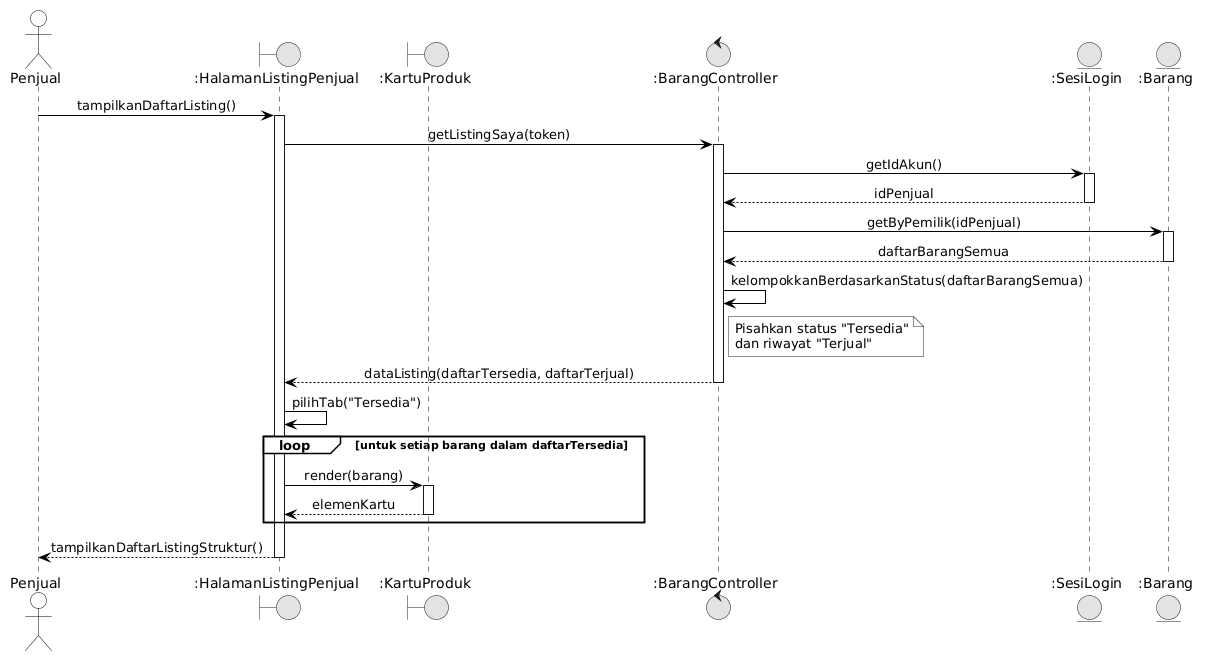
ghaniyul/IF2150-RPL-K01-G02 keeps this PlantUML diagram as docs/M7/assets/diagram/Sequence_UC08_Normal.png. Above is the earlier version. Its diagram source:
```plantuml
@startuml
skinparam monochrome true
skinparam shadowing false
skinparam defaultFontName Arial
skinparam sequenceMessageAlign center
skinparam backgroundColor #FFFFFF

skinparam participant {
    BackgroundColor #FFFFFF
    BorderColor #000000
}
skinparam actor {
    BackgroundColor #FFFFFF
    BorderColor #000000
}
skinparam sequence {
    LifeLineBackgroundColor #FFFFFF
    LifeLineBorderColor #000000
    ArrowColor #000000
    ActorBorderColor #000000
    ActorBackgroundColor #FFFFFF
    GroupBorderColor #000000
    GroupBackgroundColor #FFFFFF
}

actor "Penjual" as User
boundary ":HalamanListingPenjual" as UI
boundary ":KartuProduk" as Kartu
control ":BarangController" as Ctrl
entity ":SesiLogin" as Sesi
entity ":Barang" as Barang

User -> UI: tampilkanDaftarListing()
activate UI
UI -> Ctrl: getListingSaya(token)
activate Ctrl
Ctrl -> Sesi: getIdAkun()
activate Sesi
Sesi --> Ctrl: idPenjual
deactivate Sesi

Ctrl -> Barang: getByPemilik(idPenjual)
activate Barang
Barang --> Ctrl: daftarBarangSemua
deactivate Barang

Ctrl -> Ctrl: kelompokkanBerdasarkanStatus(daftarBarangSemua)
note right of Ctrl: Pisahkan status "Tersedia"\ndan riwayat "Terjual"
Ctrl --> UI: dataListing(daftarTersedia, daftarTerjual)
deactivate Ctrl

UI -> UI: pilihTab("Tersedia")
loop untuk setiap barang dalam daftarTersedia
  UI -> Kartu: render(barang)
  activate Kartu
  Kartu --> UI: elemenKartu
  deactivate Kartu
end
UI --> User: tampilkanDaftarListingStruktur()
deactivate UI
@enduml
```
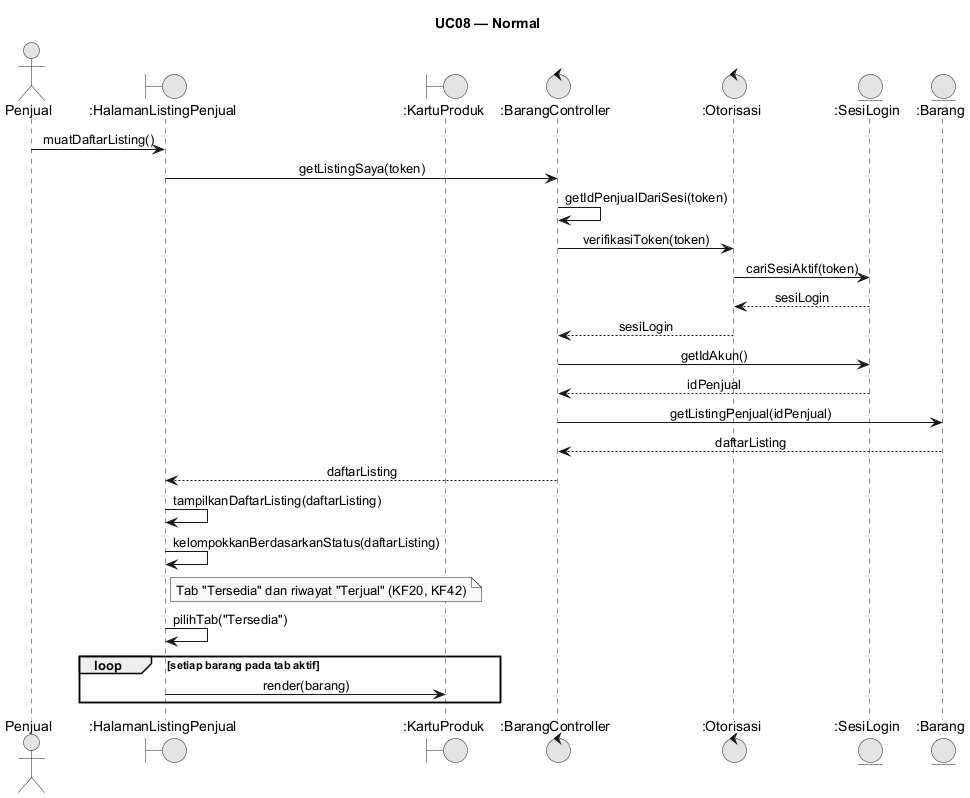
After the change.

What changed in the source:
```diff
@@ -4,58 +4,32 @@
 skinparam defaultFontName Arial
 skinparam sequenceMessageAlign center
 skinparam backgroundColor #FFFFFF
-
-skinparam participant {
-    BackgroundColor #FFFFFF
-    BorderColor #000000
-}
-skinparam actor {
-    BackgroundColor #FFFFFF
-    BorderColor #000000
-}
-skinparam sequence {
-    LifeLineBackgroundColor #FFFFFF
-    LifeLineBorderColor #000000
-    ArrowColor #000000
-    ActorBorderColor #000000
-    ActorBackgroundColor #FFFFFF
-    GroupBorderColor #000000
-    GroupBackgroundColor #FFFFFF
-}
-
+skinparam responseMessageBelowArrow true
+title UC08 — Normal
 actor "Penjual" as User
 boundary ":HalamanListingPenjual" as UI
 boundary ":KartuProduk" as Kartu
-control ":BarangController" as Ctrl
+control ":BarangController" as BC
+control ":Otorisasi" as Oto
 entity ":SesiLogin" as Sesi
 entity ":Barang" as Barang
-
-User -> UI: tampilkanDaftarListing()
-activate UI
-UI -> Ctrl: getListingSaya(token)
-activate Ctrl
-Ctrl -> Sesi: getIdAkun()
-activate Sesi
-Sesi --> Ctrl: idPenjual
-deactivate Sesi
-
-Ctrl -> Barang: getByPemilik(idPenjual)
-activate Barang
-Barang --> Ctrl: daftarBarangSemua
-deactivate Barang
-
-Ctrl -> Ctrl: kelompokkanBerdasarkanStatus(daftarBarangSemua)
-note right of Ctrl: Pisahkan status "Tersedia"\ndan riwayat "Terjual"
-Ctrl --> UI: dataListing(daftarTersedia, daftarTerjual)
-deactivate Ctrl
-
+User -> UI: muatDaftarListing()
+UI -> BC: getListingSaya(token)
+BC -> BC: getIdPenjualDariSesi(token)
+BC -> Oto: verifikasiToken(token)
+Oto -> Sesi: cariSesiAktif(token)
+Sesi --> Oto: sesiLogin
+Oto --> BC: sesiLogin
+BC -> Sesi: getIdAkun()
+Sesi --> BC: idPenjual
+BC -> Barang: getListingPenjual(idPenjual)
+Barang --> BC: daftarListing
+BC --> UI: daftarListing
+UI -> UI: tampilkanDaftarListing(daftarListing)
+UI -> UI: kelompokkanBerdasarkanStatus(daftarListing)
+note right of UI: Tab "Tersedia" dan riwayat "Terjual" (KF20, KF42)
 UI -> UI: pilihTab("Tersedia")
-loop untuk setiap barang dalam daftarTersedia
+loop setiap barang pada tab aktif
   UI -> Kartu: render(barang)
-  activate Kartu
-  Kartu --> UI: elemenKartu
-  deactivate Kartu
 end
-UI --> User: tampilkanDaftarListingStruktur()
-deactivate UI
 @enduml
```
